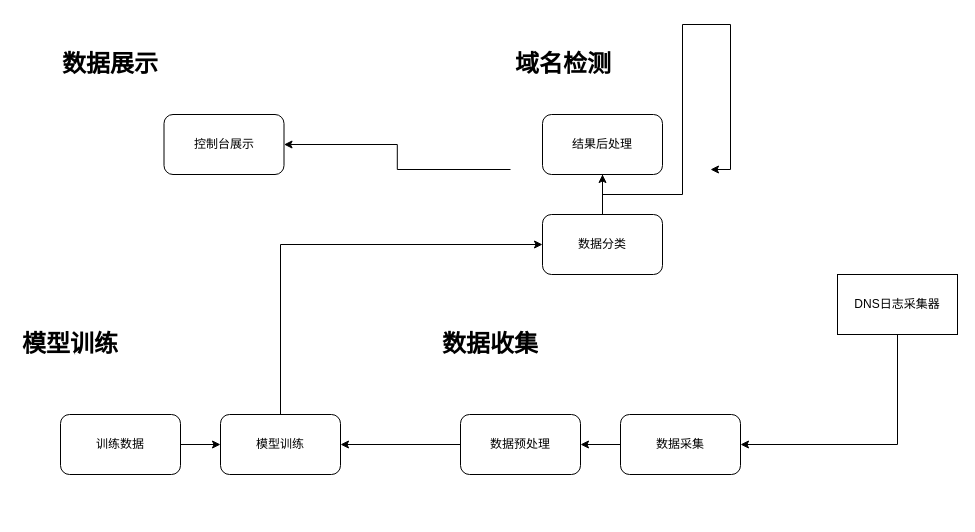
yuxibiwin/draw keeps this draw.io diagram as 域名分析系统.drawio. Above is the earlier version. Source tidied: cells renumbered, new cells numbered last; positions are measured from the earlier drawing's top-left corner, leaving out a move shared by most shapes. Both pictures are drawn from the tidied source at 100%, with x=0, y=0 at pixel (17, 44).
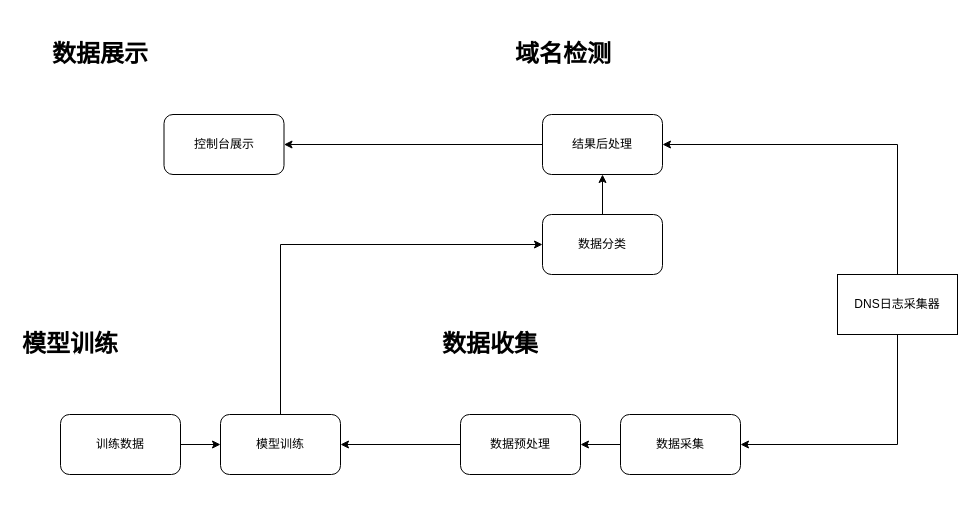
Above is the later version.

Commit message:
更新域名分析系统.drawio

The change refers to these unchanged cells:
```xml
<mxCell id="3" value="DNS日志采集器" style="rounded=0;whiteSpace=wrap;html=1;" parent="1" vertex="1">
  <mxGeometry x="820" y="230" width="120" height="60" as="geometry" />
</mxCell>
<mxCell id="5" value="结果后处理" style="rounded=1;whiteSpace=wrap;html=1;" parent="1" vertex="1">
  <mxGeometry x="525" y="70" width="120" height="60" as="geometry" />
</mxCell>
<mxCell id="19" value="控制台展示" style="rounded=1;whiteSpace=wrap;html=1;" parent="1" vertex="1">
  <mxGeometry x="146.5" y="70" width="120" height="60" as="geometry" />
</mxCell>
```

The edit, as a diff of the source:
```diff
@@
+    <mxCell id="22" style="edgeStyle=orthogonalEdgeStyle;rounded=0;jettySize=auto;html=1;exitX=0.5;exitY=0;exitDx=0;exitDy=0;entryX=1;entryY=0.5;entryDx=0;entryDy=0;" parent="1" edge="1" source="3" target="5">
+      <mxGeometry relative="1" as="geometry" />
+    </mxCell>
@@
-    <mxCell id="4" style="edgeStyle=orthogonalEdgeStyle;rounded=0;jettySize=auto;html=1;entryX=1;entryY=0.5;entryDx=0;entryDy=0;" parent="1" edge="1" source="21" target="19">
+    <mxCell id="4" style="edgeStyle=orthogonalEdgeStyle;rounded=0;jettySize=auto;html=1;entryX=1;entryY=0.5;entryDx=0;entryDy=0;" parent="1" edge="1" source="5" target="19">
       <mxGeometry relative="1" as="geometry" />
     </mxCell>
@@
-    <mxCell id="16" value="&lt;h1&gt;模型训练&lt;/h1&gt;&lt;p&gt;&lt;br&gt;&lt;/p&gt;" style="text;html=1;strokeColor=none;fillColor=none;spacing=5;spacingTop=-20;whiteSpace=wrap;overflow=hidden;rounded=0;" parent="1" vertex="1">
+    <mxCell id="16" value="&lt;h1&gt;模型训练&lt;/h1&gt;&lt;p&gt;&lt;br&gt;&lt;/p&gt;" style="text;html=1;strokeColor=none;fillColor=none;spacing=5;spacingTop=-20;whiteSpace=wrap;overflow=hidden;rounded=0;labelBackgroundColor=none;labelBorderColor=none;" parent="1" vertex="1">
       <mxGeometry y="280" width="340" height="190" as="geometry" />
     </mxCell>
@@
+    <mxCell id="21" value="&lt;h1&gt;域名检测&lt;/h1&gt;&lt;p&gt;&lt;br&gt;&lt;/p&gt;" style="text;html=1;strokeColor=none;fillColor=none;spacing=5;spacingTop=-20;whiteSpace=wrap;overflow=hidden;rounded=0;" parent="1" vertex="1">
+      <mxGeometry x="493" y="-10" width="200" height="250" as="geometry" />
+    </mxCell>
-    <mxCell id="18" value="&lt;h1&gt;数据展示&lt;/h1&gt;&lt;p&gt;&lt;br&gt;&lt;/p&gt;" style="text;html=1;strokeColor=none;fillColor=none;spacing=5;spacingTop=-20;whiteSpace=wrap;overflow=hidden;rounded=0;" parent="1" vertex="1">
-      <mxGeometry x="40" width="327" height="190" as="geometry" />
+    <mxCell id="18" value="&lt;h1&gt;数据展示&lt;/h1&gt;&lt;p&gt;&lt;br&gt;&lt;/p&gt;" style="text;html=1;spacing=5;spacingTop=-20;whiteSpace=wrap;overflow=hidden;rounded=0;" parent="1" vertex="1">
+      <mxGeometry x="30" y="-10" width="327" height="190" as="geometry" />
     </mxCell>
@@
-    <mxCell id="20" style="edgeStyle=orthogonalEdgeStyle;rounded=0;jettySize=auto;html=1;entryX=1;entryY=0.5;entryDx=0;entryDy=0;" parent="1" edge="1" source="5" target="21">
-      <mxGeometry relative="1" as="geometry" />
-    </mxCell>
-    <mxCell id="21" value="&lt;h1&gt;域名检测&lt;/h1&gt;&lt;p&gt;&lt;br&gt;&lt;/p&gt;" style="text;html=1;strokeColor=none;fillColor=none;spacing=5;spacingTop=-20;whiteSpace=wrap;overflow=hidden;rounded=0;" parent="1" vertex="1">
-      <mxGeometry x="493" width="200" height="250" as="geometry" />
-    </mxCell>
```
